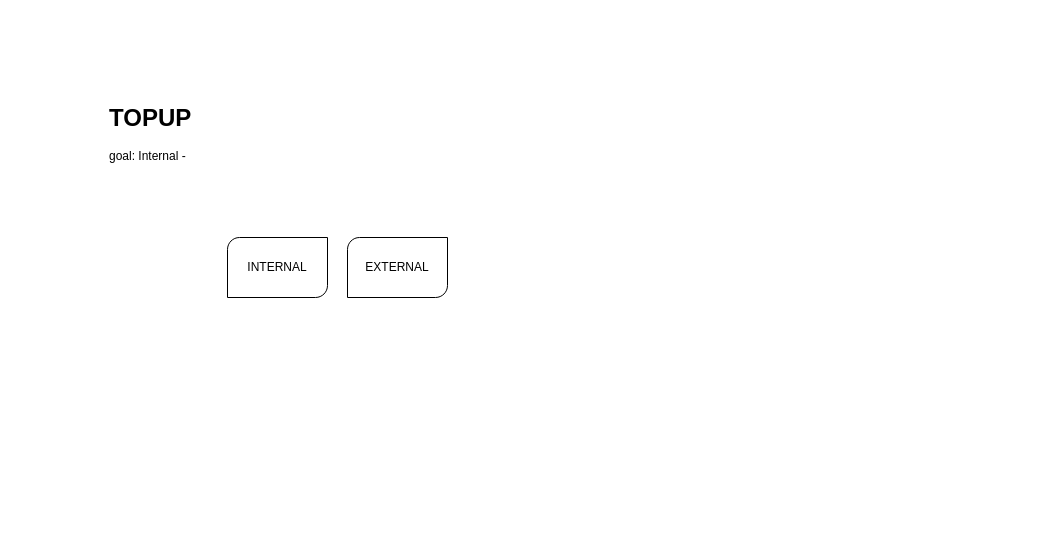
Alfonsorb123/Hubspot-Designs keeps this draw.io diagram as Untitled Diagram.drawio. Above is the earlier version. Source tidied: cells renumbered, new cells numbered last; positions are measured from the earlier drawing's top-left corner, leaving out a move shared by most shapes. Both pictures are drawn from the tidied source at 100%, with x=0, y=0 at pixel (107, 97).
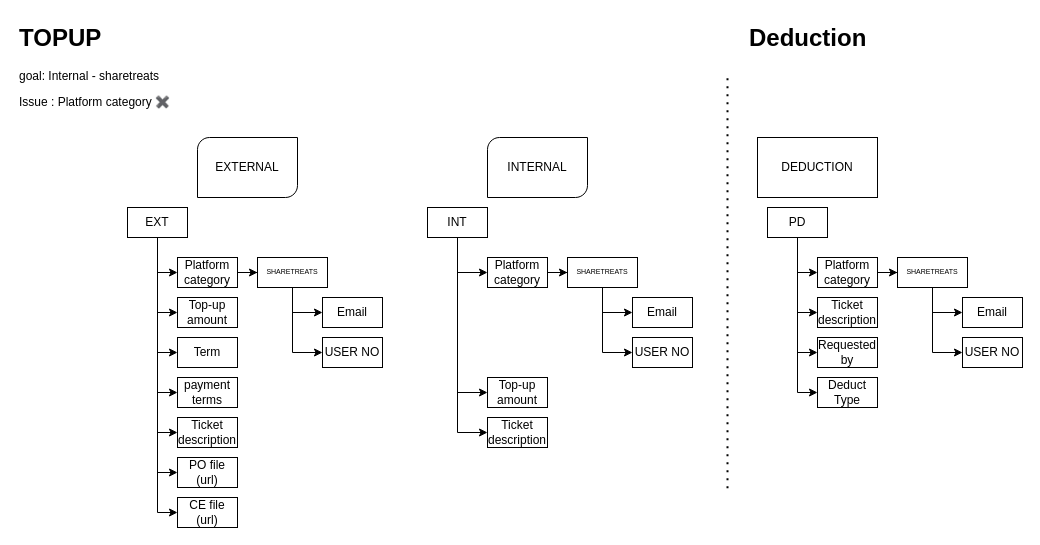
After the change.

Change to the diagram source:
```diff
@@
-    <mxCell id="2" style="verticalLabelPosition=bottom;verticalAlign=top;html=1;shape=mxgraph.basic.diag_round_rect;dx=6;whiteSpace=wrap;" parent="1" vertex="1">
-      <mxGeometry x="240" y="140" width="100" height="60" as="geometry" />
-    </mxCell>
-    <mxCell id="3" value="EXTERNAL" style="text;strokeColor=none;align=center;fillColor=none;html=1;verticalAlign=middle;whiteSpace=wrap;rounded=0;" parent="1" vertex="1">
-      <mxGeometry x="260" y="155" width="60" height="30" as="geometry" />
-    </mxCell>
     <mxCell id="4" style="group;" parent="1" vertex="1">
-      <mxGeometry x="120" y="140" width="100" height="60" as="geometry" />
+      <mxGeometry x="380" y="40" width="100" height="60" as="geometry" />
     </mxCell>
@@
-    <mxCell id="7" value="&lt;h1 style=&quot;margin-top: 0px;&quot;&gt;TOPUP&lt;/h1&gt;&lt;p&gt;goal: Internal -&amp;nbsp;&lt;/p&gt;" style="text;html=1;whiteSpace=wrap;overflow=hidden;rounded=0;" parent="1" vertex="1">
-      <mxGeometry width="180" height="120" as="geometry" />
+    <mxCell id="7" value="&lt;h1 style=&quot;margin-top: 0px;&quot;&gt;TOPUP&lt;/h1&gt;&lt;p&gt;goal: Internal - sharetreats&lt;/p&gt;&lt;p&gt;Issue : Platform category ✖️&lt;/p&gt;" style="text;html=1;whiteSpace=wrap;overflow=hidden;rounded=0;" parent="1" vertex="1">
+      <mxGeometry x="-90" y="-80" width="180" height="120" as="geometry" />
     </mxCell>
+    <mxCell id="8" style="edgeStyle=orthogonalEdgeStyle;rounded=0;jettySize=auto;html=1;entryX=0;entryY=0.5;entryDx=0;entryDy=0;" parent="1" edge="1" source="15" target="17">
+      <mxGeometry relative="1" as="geometry" />
+    </mxCell>
+    <mxCell id="9" style="edgeStyle=orthogonalEdgeStyle;rounded=0;jettySize=auto;html=1;entryX=0;entryY=0.5;entryDx=0;entryDy=0;" parent="1" edge="1" source="15" target="18">
+      <mxGeometry relative="1" as="geometry" />
+    </mxCell>
+    <mxCell id="10" style="edgeStyle=orthogonalEdgeStyle;rounded=0;jettySize=auto;html=1;entryX=0;entryY=0.5;entryDx=0;entryDy=0;" parent="1" edge="1" source="15" target="19">
+      <mxGeometry relative="1" as="geometry" />
+    </mxCell>
+    <mxCell id="11" style="edgeStyle=orthogonalEdgeStyle;rounded=0;jettySize=auto;html=1;entryX=0;entryY=0.5;entryDx=0;entryDy=0;" parent="1" edge="1" source="15" target="20">
+      <mxGeometry relative="1" as="geometry" />
+    </mxCell>
+    <mxCell id="12" style="edgeStyle=orthogonalEdgeStyle;rounded=0;jettySize=auto;html=1;entryX=0;entryY=0.5;entryDx=0;entryDy=0;" parent="1" edge="1" source="15" target="21">
+      <mxGeometry relative="1" as="geometry" />
+    </mxCell>
+    <mxCell id="13" style="edgeStyle=orthogonalEdgeStyle;rounded=0;jettySize=auto;html=1;entryX=0;entryY=0.5;entryDx=0;entryDy=0;" parent="1" edge="1" source="15" target="22">
+      <mxGeometry relative="1" as="geometry" />
+    </mxCell>
+    <mxCell id="14" style="edgeStyle=orthogonalEdgeStyle;rounded=0;jettySize=auto;html=1;entryX=0;entryY=0.5;entryDx=0;entryDy=0;" parent="1" edge="1" source="15" target="23">
+      <mxGeometry relative="1" as="geometry" />
+    </mxCell>
+    <mxCell id="15" value="EXT" style="rounded=0;whiteSpace=wrap;html=1;" parent="1" vertex="1">
+      <mxGeometry x="20" y="110" width="60" height="30" as="geometry" />
+    </mxCell>
+    <mxCell id="16" style="edgeStyle=orthogonalEdgeStyle;rounded=0;jettySize=auto;html=1;entryX=0;entryY=0.5;entryDx=0;entryDy=0;" parent="1" edge="1" source="17" target="27">
+      <mxGeometry relative="1" as="geometry" />
+    </mxCell>
+    <mxCell id="17" value="Platform category" style="rounded=0;whiteSpace=wrap;html=1;" parent="1" vertex="1">
+      <mxGeometry x="70" y="160" width="60" height="30" as="geometry" />
+    </mxCell>
+    <mxCell id="18" value="Top-up amount" style="rounded=0;whiteSpace=wrap;html=1;" parent="1" vertex="1">
+      <mxGeometry x="70" y="200" width="60" height="30" as="geometry" />
+    </mxCell>
+    <mxCell id="19" value="Term" style="rounded=0;whiteSpace=wrap;html=1;" parent="1" vertex="1">
+      <mxGeometry x="70" y="240" width="60" height="30" as="geometry" />
+    </mxCell>
+    <mxCell id="20" value="payment terms" style="rounded=0;whiteSpace=wrap;html=1;" parent="1" vertex="1">
+      <mxGeometry x="70" y="280" width="60" height="30" as="geometry" />
+    </mxCell>
+    <mxCell id="21" value="Ticket description" style="rounded=0;whiteSpace=wrap;html=1;" parent="1" vertex="1">
+      <mxGeometry x="70" y="320" width="60" height="30" as="geometry" />
+    </mxCell>
+    <mxCell id="22" value="PO file (url)" style="rounded=0;whiteSpace=wrap;html=1;" parent="1" vertex="1">
+      <mxGeometry x="70" y="360" width="60" height="30" as="geometry" />
+    </mxCell>
+    <mxCell id="23" value="CE file (url)" style="rounded=0;whiteSpace=wrap;html=1;" parent="1" vertex="1">
+      <mxGeometry x="70" y="400" width="60" height="30" as="geometry" />
+    </mxCell>
+    <mxCell id="24" style="group;" parent="1" vertex="1">
+      <mxGeometry x="90" y="40" width="100" height="60" as="geometry" />
+    </mxCell>
+    <mxCell id="2" style="verticalLabelPosition=bottom;verticalAlign=top;html=1;shape=mxgraph.basic.diag_round_rect;dx=6;whiteSpace=wrap;" parent="24" vertex="1">
+      <mxGeometry width="100" height="60" as="geometry" />
+    </mxCell>
+    <mxCell id="3" value="EXTERNAL" style="text;strokeColor=none;align=center;fillColor=none;html=1;verticalAlign=middle;whiteSpace=wrap;rounded=0;" parent="24" vertex="1">
+      <mxGeometry x="20" y="15" width="60" height="30" as="geometry" />
+    </mxCell>
+    <mxCell id="25" style="edgeStyle=orthogonalEdgeStyle;rounded=0;jettySize=auto;html=1;entryX=0;entryY=0.5;entryDx=0;entryDy=0;" parent="1" edge="1" source="27" target="28">
+      <mxGeometry relative="1" as="geometry" />
+    </mxCell>
+    <mxCell id="26" style="edgeStyle=orthogonalEdgeStyle;rounded=0;jettySize=auto;html=1;entryX=0;entryY=0.5;entryDx=0;entryDy=0;" parent="1" edge="1" source="27" target="29">
+      <mxGeometry relative="1" as="geometry" />
+    </mxCell>
+    <mxCell id="27" value="SHARETREATS" style="rounded=0;whiteSpace=wrap;html=1;fontSize=7;" parent="1" vertex="1">
+      <mxGeometry x="150" y="160" width="70" height="30" as="geometry" />
+    </mxCell>
+    <mxCell id="28" value="USER NO" style="rounded=0;whiteSpace=wrap;html=1;" parent="1" vertex="1">
+      <mxGeometry x="215" y="240" width="60" height="30" as="geometry" />
+    </mxCell>
+    <mxCell id="29" value="Email" style="rounded=0;whiteSpace=wrap;html=1;" parent="1" vertex="1">
+      <mxGeometry x="215" y="200" width="60" height="30" as="geometry" />
+    </mxCell>
+    <mxCell id="30" value="Top-up amount" style="rounded=0;whiteSpace=wrap;html=1;" parent="1" vertex="1">
+      <mxGeometry x="380" y="280" width="60" height="30" as="geometry" />
+    </mxCell>
+    <mxCell id="31" value="Ticket description" style="rounded=0;whiteSpace=wrap;html=1;" parent="1" vertex="1">
+      <mxGeometry x="380" y="320" width="60" height="30" as="geometry" />
+    </mxCell>
+    <mxCell id="32" style="edgeStyle=orthogonalEdgeStyle;rounded=0;jettySize=auto;html=1;entryX=0;entryY=0.5;entryDx=0;entryDy=0;" parent="1" edge="1" source="35" target="37">
+      <mxGeometry relative="1" as="geometry" />
+    </mxCell>
+    <mxCell id="33" style="edgeStyle=orthogonalEdgeStyle;rounded=0;jettySize=auto;html=1;entryX=0;entryY=0.5;entryDx=0;entryDy=0;" parent="1" edge="1" source="35" target="30">
+      <mxGeometry relative="1" as="geometry" />
+    </mxCell>
+    <mxCell id="34" style="edgeStyle=orthogonalEdgeStyle;rounded=0;jettySize=auto;html=1;entryX=0;entryY=0.5;entryDx=0;entryDy=0;" parent="1" edge="1" source="35" target="31">
+      <mxGeometry relative="1" as="geometry" />
+    </mxCell>
+    <mxCell id="35" value="INT" style="rounded=0;whiteSpace=wrap;html=1;" parent="1" vertex="1">
+      <mxGeometry x="320" y="110" width="60" height="30" as="geometry" />
+    </mxCell>
+    <mxCell id="36" style="edgeStyle=orthogonalEdgeStyle;rounded=0;jettySize=auto;html=1;entryX=0;entryY=0.5;entryDx=0;entryDy=0;" parent="1" edge="1" source="37" target="40">
+      <mxGeometry relative="1" as="geometry" />
+    </mxCell>
+    <mxCell id="37" value="Platform category" style="rounded=0;whiteSpace=wrap;html=1;" parent="1" vertex="1">
+      <mxGeometry x="380" y="160" width="60" height="30" as="geometry" />
+    </mxCell>
+    <mxCell id="38" style="edgeStyle=orthogonalEdgeStyle;rounded=0;jettySize=auto;html=1;entryX=0;entryY=0.5;entryDx=0;entryDy=0;" parent="1" edge="1" source="40" target="41">
+      <mxGeometry relative="1" as="geometry" />
+    </mxCell>
+    <mxCell id="39" style="edgeStyle=orthogonalEdgeStyle;rounded=0;jettySize=auto;html=1;entryX=0;entryY=0.5;entryDx=0;entryDy=0;" parent="1" edge="1" source="40" target="42">
+      <mxGeometry relative="1" as="geometry" />
+    </mxCell>
+    <mxCell id="40" value="SHARETREATS" style="rounded=0;whiteSpace=wrap;html=1;fontSize=7;" parent="1" vertex="1">
+      <mxGeometry x="460" y="160" width="70" height="30" as="geometry" />
+    </mxCell>
+    <mxCell id="41" value="USER NO" style="rounded=0;whiteSpace=wrap;html=1;" parent="1" vertex="1">
+      <mxGeometry x="525" y="240" width="60" height="30" as="geometry" />
+    </mxCell>
+    <mxCell id="42" value="Email" style="rounded=0;whiteSpace=wrap;html=1;" parent="1" vertex="1">
+      <mxGeometry x="525" y="200" width="60" height="30" as="geometry" />
+    </mxCell>
+    <mxCell id="43" value="DEDUCTION" style="rounded=0;whiteSpace=wrap;html=1;" parent="1" vertex="1">
+      <mxGeometry x="650" y="40" width="120" height="60" as="geometry" />
+    </mxCell>
+    <mxCell id="44" style="endArrow=none;dashed=1;html=1;dashPattern=1 3;strokeWidth=2;rounded=0;" parent="1" edge="1">
+      <mxGeometry relative="1" as="geometry">
+        <mxPoint x="620" y="390.7" as="sourcePoint" />
+        <mxPoint x="620" y="-20" as="targetPoint" />
+        <Array as="points">
+          <mxPoint x="620" y="140" />
+        </Array>
+      </mxGeometry>
+    </mxCell>
+    <mxCell id="45" value="&lt;h1 style=&quot;margin-top: 0px;&quot;&gt;Deduction&lt;/h1&gt;&lt;p&gt;&lt;br&gt;&lt;/p&gt;" style="text;html=1;whiteSpace=wrap;overflow=hidden;rounded=0;" parent="1" vertex="1">
+      <mxGeometry x="640" y="-80" width="190" height="50" as="geometry" />
+    </mxCell>
+    <mxCell id="46" style="edgeStyle=orthogonalEdgeStyle;rounded=0;jettySize=auto;html=1;entryX=0;entryY=0.5;entryDx=0;entryDy=0;" parent="1" edge="1" source="47" target="50">
+      <mxGeometry relative="1" as="geometry" />
+    </mxCell>
+    <mxCell id="47" value="Platform category" style="rounded=0;whiteSpace=wrap;html=1;" parent="1" vertex="1">
+      <mxGeometry x="710" y="160" width="60" height="30" as="geometry" />
+    </mxCell>
+    <mxCell id="48" style="edgeStyle=orthogonalEdgeStyle;rounded=0;jettySize=auto;html=1;entryX=0;entryY=0.5;entryDx=0;entryDy=0;" parent="1" edge="1" source="50" target="51">
+      <mxGeometry relative="1" as="geometry" />
+    </mxCell>
+    <mxCell id="49" style="edgeStyle=orthogonalEdgeStyle;rounded=0;jettySize=auto;html=1;entryX=0;entryY=0.5;entryDx=0;entryDy=0;" parent="1" edge="1" source="50" target="52">
+      <mxGeometry relative="1" as="geometry" />
+    </mxCell>
+    <mxCell id="50" value="SHARETREATS" style="rounded=0;whiteSpace=wrap;html=1;fontSize=7;" parent="1" vertex="1">
+      <mxGeometry x="790" y="160" width="70" height="30" as="geometry" />
+    </mxCell>
+    <mxCell id="51" value="USER NO" style="rounded=0;whiteSpace=wrap;html=1;" parent="1" vertex="1">
+      <mxGeometry x="855" y="240" width="60" height="30" as="geometry" />
+    </mxCell>
+    <mxCell id="52" value="Email" style="rounded=0;whiteSpace=wrap;html=1;" parent="1" vertex="1">
+      <mxGeometry x="855" y="200" width="60" height="30" as="geometry" />
+    </mxCell>
+    <mxCell id="53" value="Ticket description" style="rounded=0;whiteSpace=wrap;html=1;" parent="1" vertex="1">
+      <mxGeometry x="710" y="200" width="60" height="30" as="geometry" />
+    </mxCell>
+    <mxCell id="54" value="Requested by" style="rounded=0;whiteSpace=wrap;html=1;" parent="1" vertex="1">
+      <mxGeometry x="710" y="240" width="60" height="30" as="geometry" />
+    </mxCell>
+    <mxCell id="55" value="Deduct Type" style="rounded=0;whiteSpace=wrap;html=1;" parent="1" vertex="1">
+      <mxGeometry x="710" y="280" width="60" height="30" as="geometry" />
+    </mxCell>
+    <mxCell id="56" style="edgeStyle=orthogonalEdgeStyle;rounded=0;jettySize=auto;html=1;entryX=0;entryY=0.5;entryDx=0;entryDy=0;" parent="1" edge="1" source="60" target="47">
+      <mxGeometry relative="1" as="geometry" />
+    </mxCell>
+    <mxCell id="57" style="edgeStyle=orthogonalEdgeStyle;rounded=0;jettySize=auto;html=1;entryX=0;entryY=0.5;entryDx=0;entryDy=0;" parent="1" edge="1" source="60" target="53">
+      <mxGeometry relative="1" as="geometry" />
+    </mxCell>
+    <mxCell id="58" style="edgeStyle=orthogonalEdgeStyle;rounded=0;jettySize=auto;html=1;entryX=0;entryY=0.5;entryDx=0;entryDy=0;" parent="1" edge="1" source="60" target="54">
+      <mxGeometry relative="1" as="geometry" />
+    </mxCell>
+    <mxCell id="59" style="edgeStyle=orthogonalEdgeStyle;rounded=0;jettySize=auto;html=1;entryX=0;entryY=0.5;entryDx=0;entryDy=0;" parent="1" edge="1" source="60" target="55">
+      <mxGeometry relative="1" as="geometry" />
+    </mxCell>
+    <mxCell id="60" value="PD" style="rounded=0;whiteSpace=wrap;html=1;" parent="1" vertex="1">
+      <mxGeometry x="660" y="110" width="60" height="30" as="geometry" />
+    </mxCell>
```
